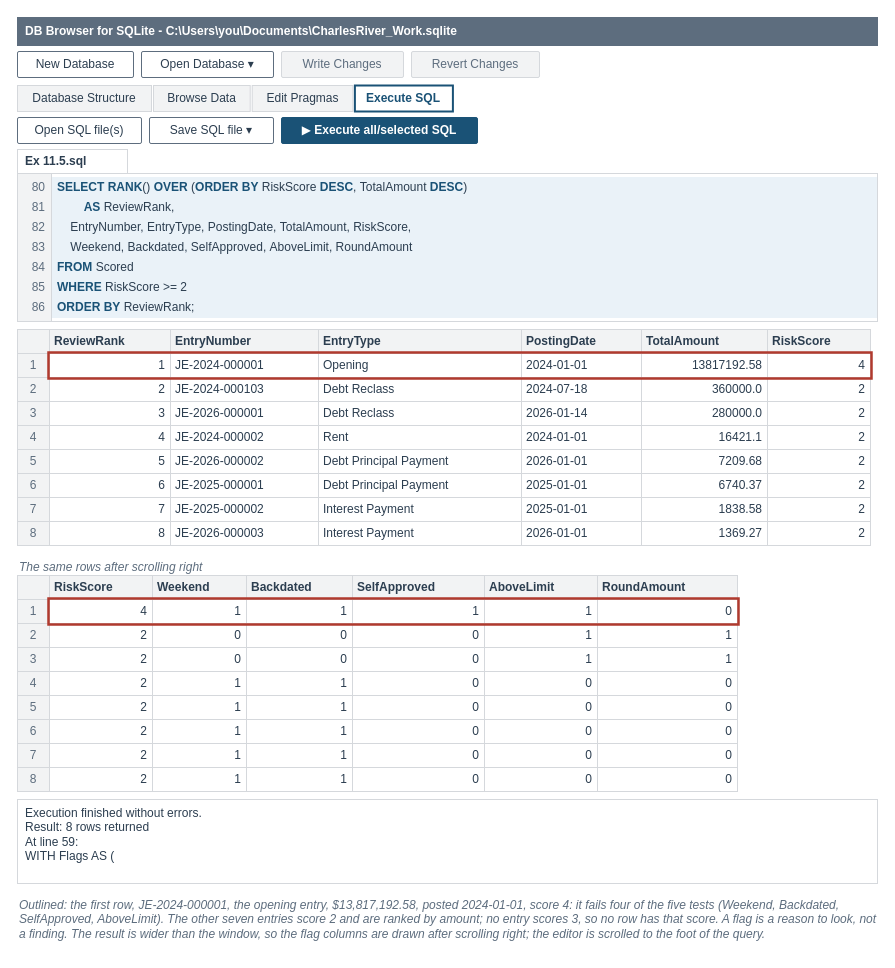
Above: facts/instructor/figures/chapter-11-analytical-queries/IF-11-5-A.drawio in mmcodesso/Accounting_Analytics_Book (draw.io), before the change. Source tidied: cells renumbered, new cells numbered last; positions are measured from the earlier drawing's top-left corner, leaving out a move shared by most shapes. Both pictures are drawn from the tidied source at 100%, with x=0, y=0 at pixel (17, 17).
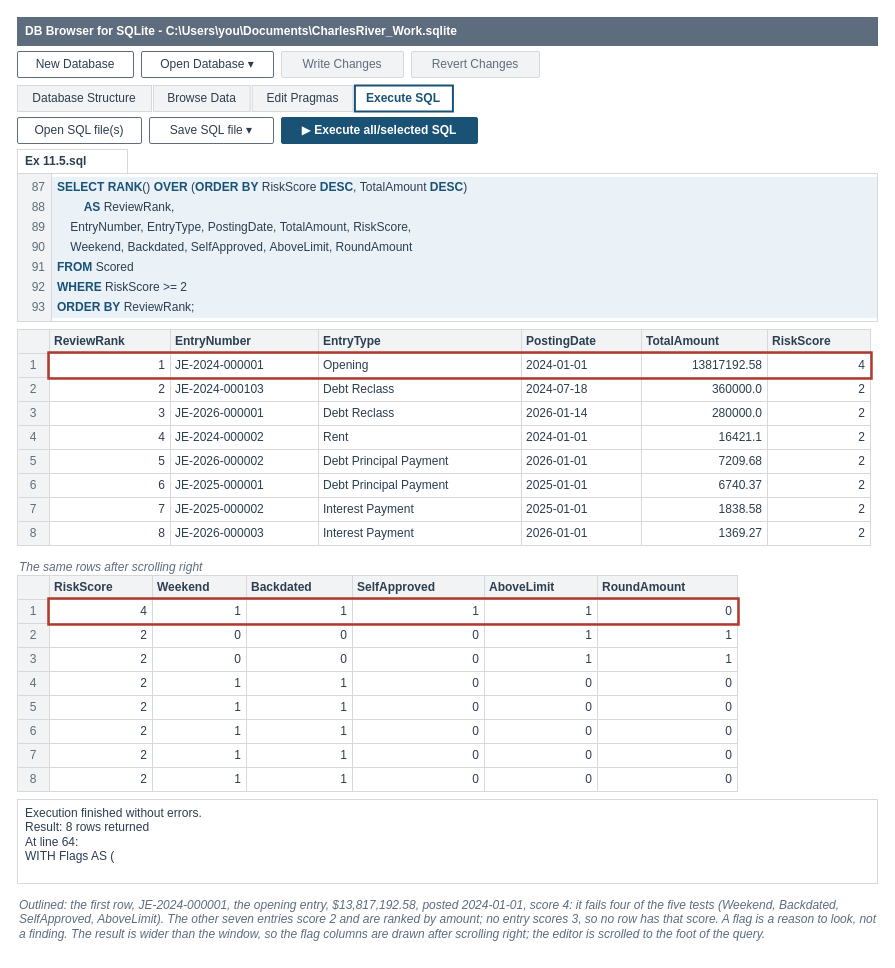
The same page after the edit.

Diff of the diagram source:
```diff
@@
-    <mxCell id="19" value="80" style="text;html=1;whiteSpace=wrap;align=right;verticalAlign=middle;fontSize=12;fontColor=#5D6D7E;fontStyle=0;fontFamily=Helvetica;spacing=2;fillColor=none;strokeColor=none;" parent="1" vertex="1">
+    <mxCell id="19" value="87" style="text;html=1;whiteSpace=wrap;align=right;verticalAlign=middle;fontSize=12;fontColor=#5D6D7E;fontStyle=0;fontFamily=Helvetica;spacing=2;fillColor=none;strokeColor=none;" parent="1" vertex="1">
       <mxGeometry y="160" width="30" height="20" as="geometry" />
     </mxCell>
@@
-    <mxCell id="21" value="81" style="text;html=1;whiteSpace=wrap;align=right;verticalAlign=middle;fontSize=12;fontColor=#5D6D7E;fontStyle=0;fontFamily=Helvetica;spacing=2;fillColor=none;strokeColor=none;" parent="1" vertex="1">
+    <mxCell id="21" value="88" style="text;html=1;whiteSpace=wrap;align=right;verticalAlign=middle;fontSize=12;fontColor=#5D6D7E;fontStyle=0;fontFamily=Helvetica;spacing=2;fillColor=none;strokeColor=none;" parent="1" vertex="1">
       <mxGeometry y="180" width="30" height="20" as="geometry" />
     </mxCell>
@@
-    <mxCell id="23" value="82" style="text;html=1;whiteSpace=wrap;align=right;verticalAlign=middle;fontSize=12;fontColor=#5D6D7E;fontStyle=0;fontFamily=Helvetica;spacing=2;fillColor=none;strokeColor=none;" parent="1" vertex="1">
+    <mxCell id="23" value="89" style="text;html=1;whiteSpace=wrap;align=right;verticalAlign=middle;fontSize=12;fontColor=#5D6D7E;fontStyle=0;fontFamily=Helvetica;spacing=2;fillColor=none;strokeColor=none;" parent="1" vertex="1">
       <mxGeometry y="200" width="30" height="20" as="geometry" />
     </mxCell>
@@
-    <mxCell id="25" value="83" style="text;html=1;whiteSpace=wrap;align=right;verticalAlign=middle;fontSize=12;fontColor=#5D6D7E;fontStyle=0;fontFamily=Helvetica;spacing=2;fillColor=none;strokeColor=none;" parent="1" vertex="1">
+    <mxCell id="25" value="90" style="text;html=1;whiteSpace=wrap;align=right;verticalAlign=middle;fontSize=12;fontColor=#5D6D7E;fontStyle=0;fontFamily=Helvetica;spacing=2;fillColor=none;strokeColor=none;" parent="1" vertex="1">
       <mxGeometry y="220" width="30" height="20" as="geometry" />
     </mxCell>
@@
-    <mxCell id="27" value="84" style="text;html=1;whiteSpace=wrap;align=right;verticalAlign=middle;fontSize=12;fontColor=#5D6D7E;fontStyle=0;fontFamily=Helvetica;spacing=2;fillColor=none;strokeColor=none;" parent="1" vertex="1">
+    <mxCell id="27" value="91" style="text;html=1;whiteSpace=wrap;align=right;verticalAlign=middle;fontSize=12;fontColor=#5D6D7E;fontStyle=0;fontFamily=Helvetica;spacing=2;fillColor=none;strokeColor=none;" parent="1" vertex="1">
       <mxGeometry y="240" width="30" height="20" as="geometry" />
     </mxCell>
@@
-    <mxCell id="29" value="85" style="text;html=1;whiteSpace=wrap;align=right;verticalAlign=middle;fontSize=12;fontColor=#5D6D7E;fontStyle=0;fontFamily=Helvetica;spacing=2;fillColor=none;strokeColor=none;" parent="1" vertex="1">
+    <mxCell id="29" value="92" style="text;html=1;whiteSpace=wrap;align=right;verticalAlign=middle;fontSize=12;fontColor=#5D6D7E;fontStyle=0;fontFamily=Helvetica;spacing=2;fillColor=none;strokeColor=none;" parent="1" vertex="1">
       <mxGeometry y="260" width="30" height="20" as="geometry" />
     </mxCell>
@@
-    <mxCell id="31" value="86" style="text;html=1;whiteSpace=wrap;align=right;verticalAlign=middle;fontSize=12;fontColor=#5D6D7E;fontStyle=0;fontFamily=Helvetica;spacing=2;fillColor=none;strokeColor=none;" parent="1" vertex="1">
+    <mxCell id="31" value="93" style="text;html=1;whiteSpace=wrap;align=right;verticalAlign=middle;fontSize=12;fontColor=#5D6D7E;fontStyle=0;fontFamily=Helvetica;spacing=2;fillColor=none;strokeColor=none;" parent="1" vertex="1">
       <mxGeometry y="280" width="30" height="20" as="geometry" />
     </mxCell>
@@
-    <mxCell id="160" value="Execution finished without errors.&lt;br&gt;Result: 8 rows returned&lt;br&gt;At line 59:&lt;br&gt;WITH Flags AS (" style="rounded=0;arcSize=6;whiteSpace=wrap;html=1;fillColor=#FFFFFF;strokeColor=#D5D8DC;strokeWidth=1;fontColor=#2C3E50;fontSize=12;fontStyle=0;align=left;verticalAlign=top;fontFamily=Helvetica;spacingLeft=6;spacingRight=6;" parent="1" vertex="1">
+    <mxCell id="160" value="Execution finished without errors.&lt;br&gt;Result: 8 rows returned&lt;br&gt;At line 64:&lt;br&gt;WITH Flags AS (" style="rounded=0;arcSize=6;whiteSpace=wrap;html=1;fillColor=#FFFFFF;strokeColor=#D5D8DC;strokeWidth=1;fontColor=#2C3E50;fontSize=12;fontStyle=0;align=left;verticalAlign=top;fontFamily=Helvetica;spacingLeft=6;spacingRight=6;" parent="1" vertex="1">
       <mxGeometry y="782" width="860" height="84" as="geometry" />
     </mxCell>
```
